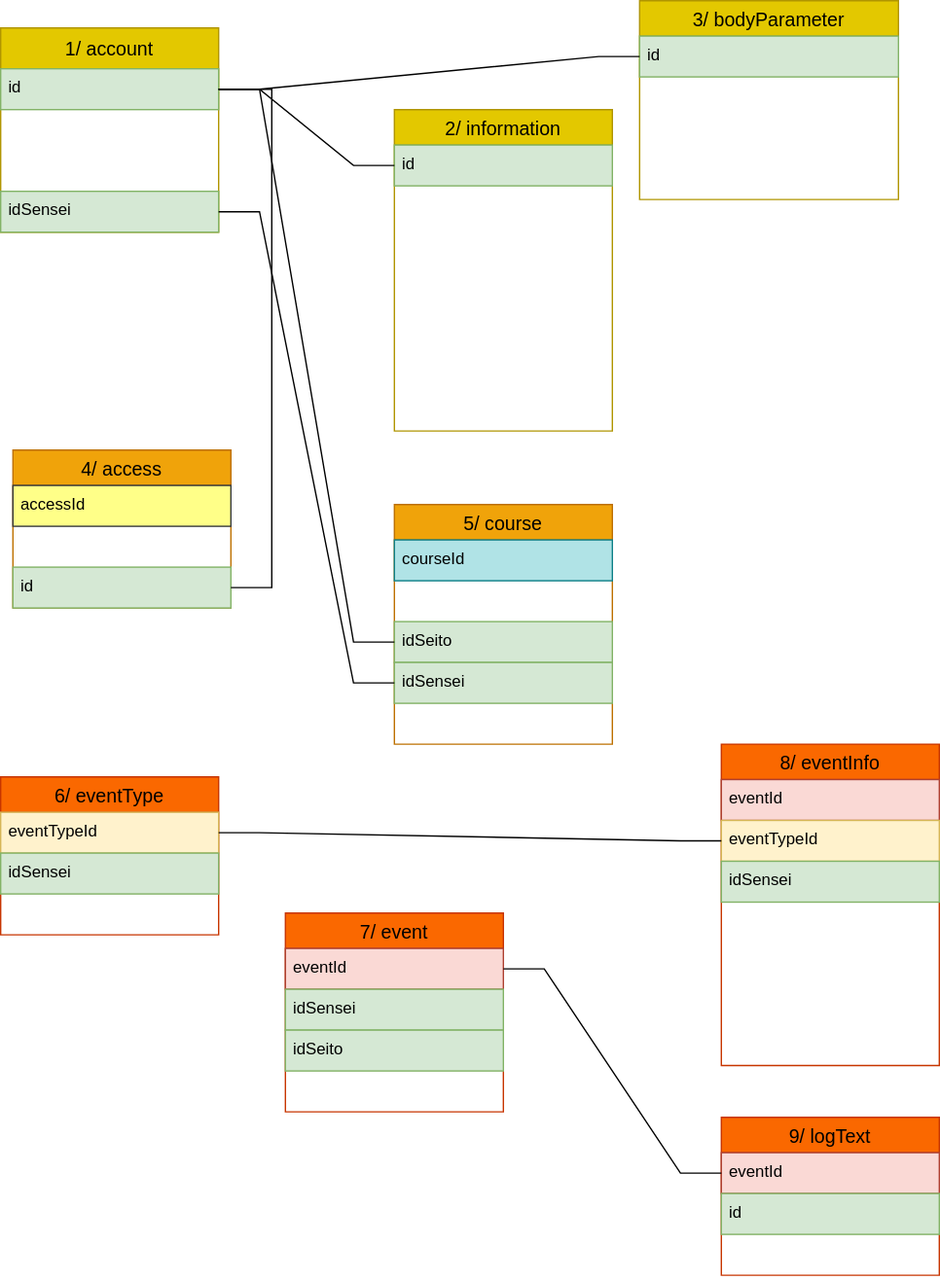
This is database/データベースの構造.drawio.svg from Yoshiki217/traning, a draw.io export, as it was before one commit. Source tidied: cells renumbered, new cells last; positions are measured from the earlier drawing's top-left corner, leaving out a move shared by most shapes.
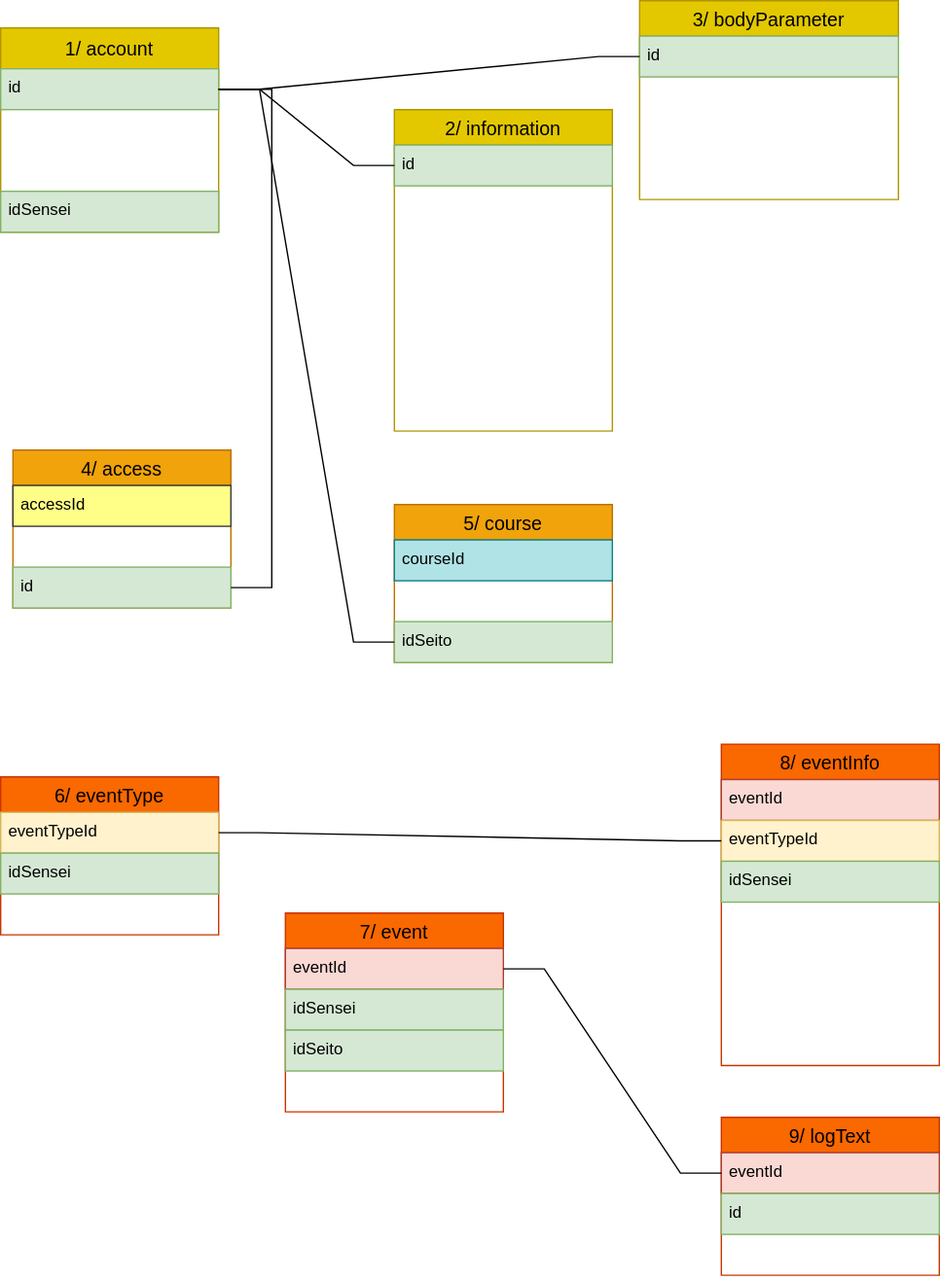
Later version of the same file.

Change to the diagram source:
```diff
@@ -69,7 +69,7 @@
       <mxGeometry y="86" width="160" height="30" as="geometry" />
     </mxCell>
     <mxCell id="24" value="5/ course" style="swimlane;fontStyle=0;horizontal=1;startSize=26;align=center;fontSize=14;fillColor=#f0a30a;fontColor=#000000;strokeColor=#BD7000;" parent="1" vertex="1">
-      <mxGeometry x="289" y="370" width="160" height="176" as="geometry" />
+      <mxGeometry x="289" y="370" width="160" height="116" as="geometry" />
     </mxCell>
     <mxCell id="25" value="courseId " style="text;spacingLeft=4;spacingRight=4;overflow=hidden;fontSize=12;fillColor=#b0e3e6;strokeColor=#0e8088;fontColor=#000000;" parent="24" vertex="1">
       <mxGeometry y="26" width="160" height="30" as="geometry" />
@@ -80,12 +80,6 @@
     <mxCell id="27" value="idSeito" style="text;strokeColor=#82b366;fillColor=#d5e8d4;spacingLeft=4;spacingRight=4;overflow=hidden;points=[[0,0.5],[1,0.5]];portConstraint=eastwest;fontSize=12;fontColor=#000000;" parent="24" vertex="1">
       <mxGeometry y="86" width="160" height="30" as="geometry" />
     </mxCell>
-    <mxCell id="28" value="idSensei" style="text;strokeColor=#82b366;fillColor=#d5e8d4;spacingLeft=4;spacingRight=4;overflow=hidden;points=[[0,0.5],[1,0.5]];portConstraint=eastwest;fontSize=12;fontColor=#000000;" parent="24" vertex="1">
-      <mxGeometry y="116" width="160" height="30" as="geometry" />
-    </mxCell>
-    <mxCell id="29" value="seitoName" style="text;strokeColor=none;fillColor=none;spacingLeft=4;spacingRight=4;overflow=hidden;fontSize=12;fontColor=#FFFFFF;" parent="24" vertex="1">
-      <mxGeometry y="146" width="160" height="30" as="geometry" />
-    </mxCell>
     <mxCell id="30" style="edgeStyle=entityRelationEdgeStyle;fontSize=12;html=1;endArrow=none;rounded=0;fontColor=#FFFFFF;endFill=0;" parent="1" edge="1" source="16" target="3">
       <mxGeometry relative="1" as="geometry" />
     </mxCell>
@@ -167,8 +161,5 @@
     <mxCell id="56" style="edgeStyle=entityRelationEdgeStyle;fontSize=12;html=1;endArrow=none;rounded=0;fontColor=#FFFFFF;endFill=0;entryX=0;entryY=0.5;entryDx=0;entryDy=0;" parent="1" edge="1" source="16" target="27">
       <mxGeometry relative="1" as="geometry" />
     </mxCell>
-    <mxCell id="57" style="edgeStyle=entityRelationEdgeStyle;fontSize=12;html=1;endArrow=none;rounded=0;fontColor=#FFFFFF;endFill=0;" parent="1" edge="1" source="19" target="28">
-      <mxGeometry relative="1" as="geometry" />
-    </mxCell>
   </root>
 </mxGraphModel>
```
